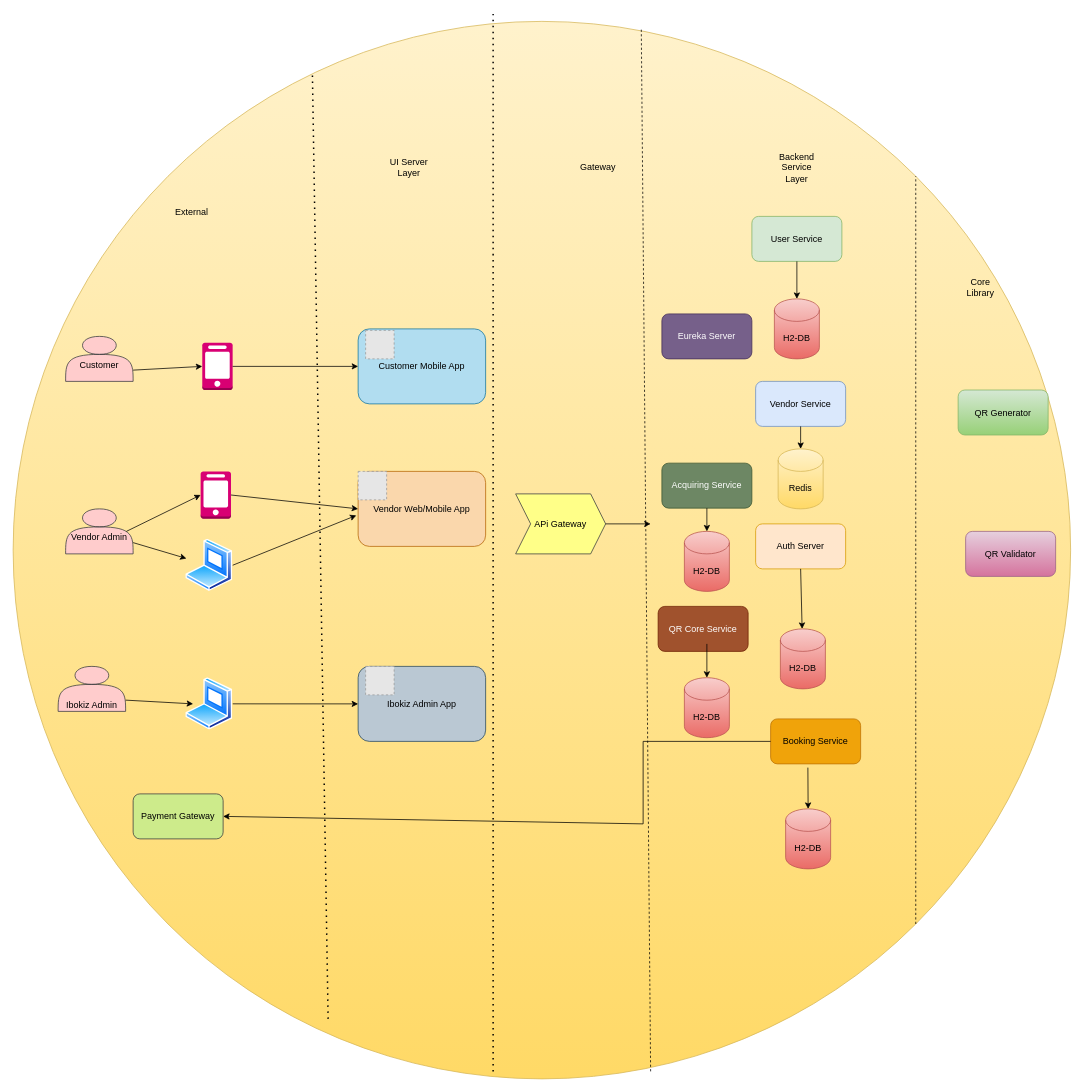
This is Service.drawio from manas0801/ibokiz-parking-design, a draw.io file, before an edit. Source tidied: cells renumbered, new cells numbered last; positions are measured from the earlier drawing's top-left corner, leaving out a move shared by most shapes. Both pictures are drawn from the tidied source at 75%, with x=0, y=0 at pixel (13, 14). Pictures stored in the file or linked from it are replaced by grey dashed boxes.
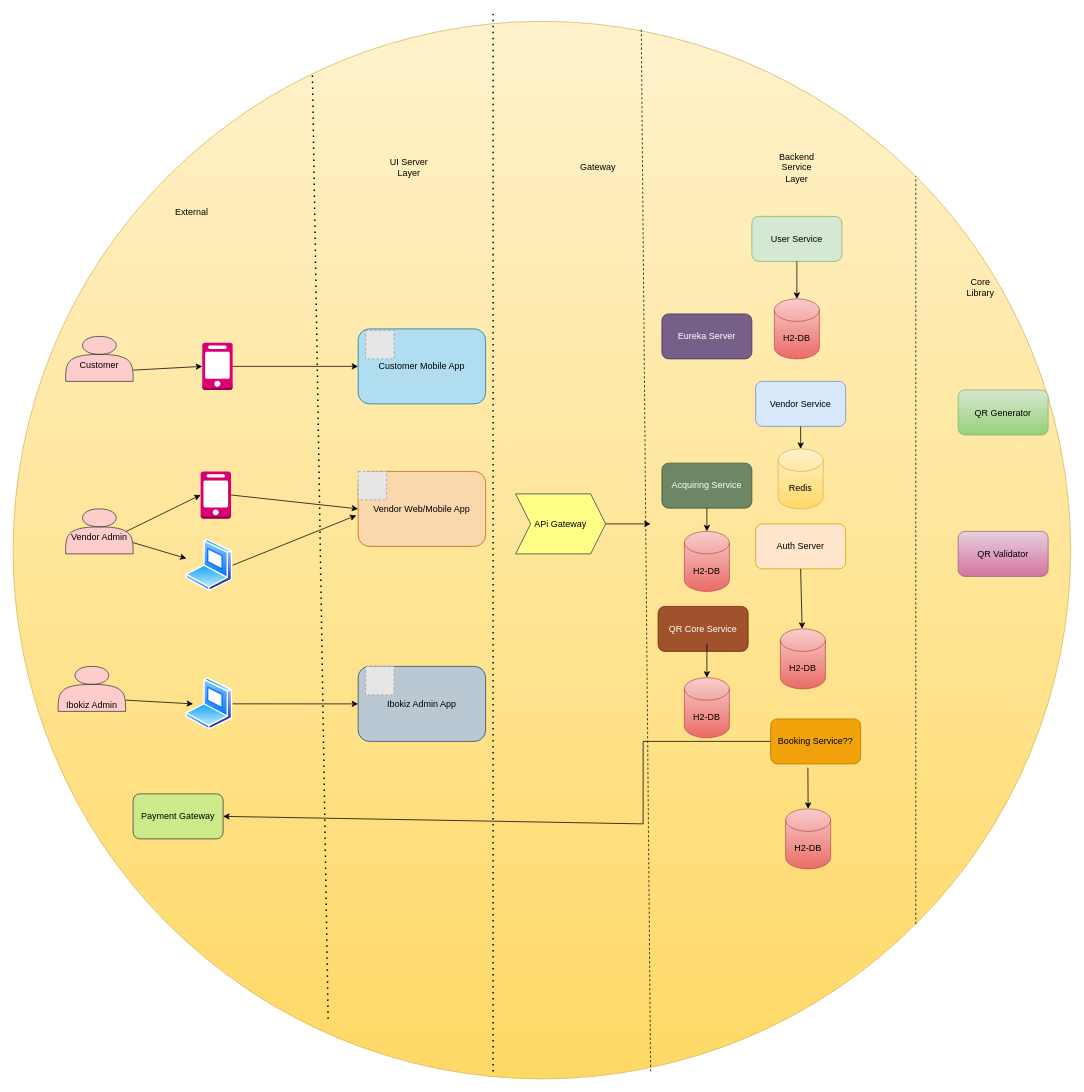
The same diagram, later.

Change to the diagram source:
```diff
@@
-    <mxCell id="12" value="Booking Service" style="rounded=1;whiteSpace=wrap;html=1;fillColor=#f0a30a;fontColor=#000000;strokeColor=#BD7000;" parent="1" vertex="1">
+    <mxCell id="12" value="Booking Service??" style="rounded=1;whiteSpace=wrap;html=1;fillColor=#f0a30a;fontColor=#000000;strokeColor=#BD7000;" parent="1" vertex="1">
       <mxGeometry x="1010" y="940" width="120" height="60" as="geometry" />
     </mxCell>
@@
     <mxCell id="20" value="QR Validator" style="rounded=1;whiteSpace=wrap;html=1;fillColor=#e6d0de;gradientColor=#d5739d;strokeColor=#996185;" parent="1" vertex="1">
-      <mxGeometry x="1270" y="690" width="120" height="60" as="geometry" />
+      <mxGeometry x="1260" y="690" width="120" height="60" as="geometry" />
     </mxCell>
```
